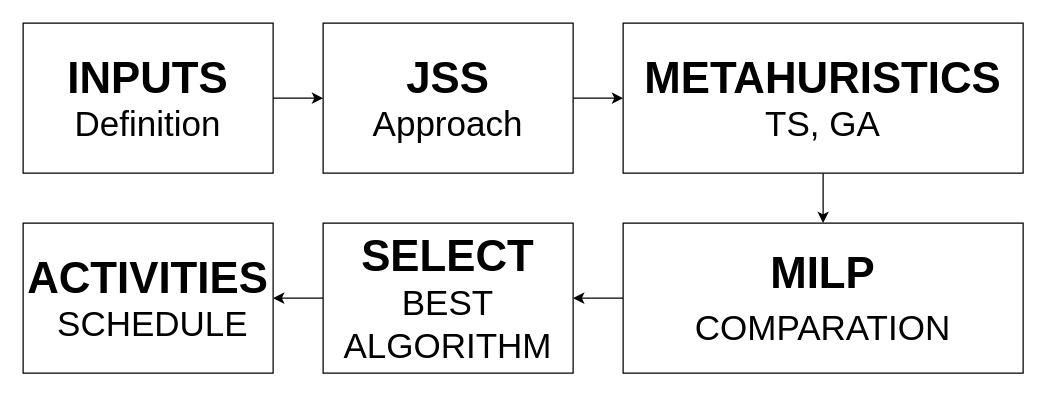
heberallin/Trabajos keeps this draw.io diagram as methodology_jss.drawio. Above is the earlier version. Source tidied: cells renumbered, new cells numbered last; positions are measured from the earlier drawing's top-left corner, leaving out a move shared by most shapes. Both pictures are drawn from the tidied source at 125%, with x=0, y=0 at pixel (22, 22).
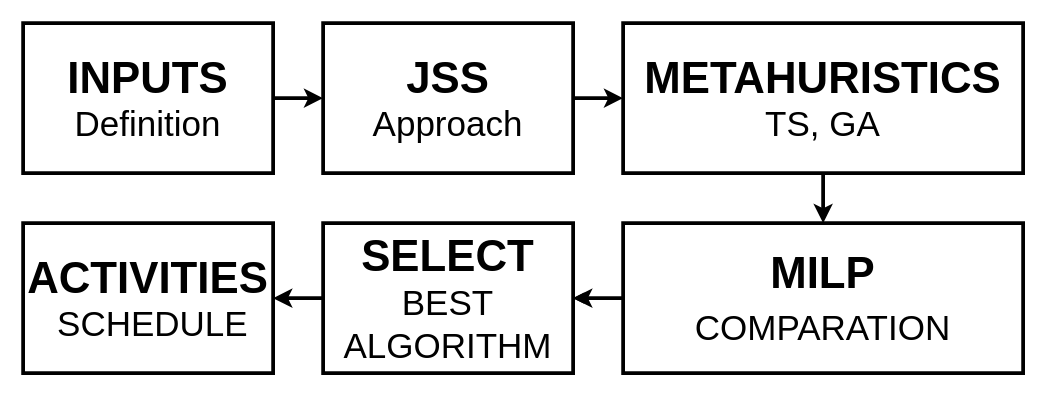
Above is the later version.

What changed in the source:
```diff
@@
 <mxGraphModel>
   <root>
     <mxCell id="0" />
     <mxCell id="1" parent="0" />
-    <mxCell id="2" style="edgeStyle=orthogonalEdgeStyle;rounded=0;jettySize=auto;html=1;exitX=1;exitY=0.5;exitDx=0;exitDy=0;" parent="1" edge="1" source="3" target="5">
+    <mxCell id="2" style="edgeStyle=orthogonalEdgeStyle;rounded=0;jettySize=auto;html=1;exitX=1;exitY=0.5;exitDx=0;exitDy=0;strokeWidth=3;" parent="1" edge="1" source="3" target="5">
       <mxGeometry relative="1" as="geometry" />
     </mxCell>
-    <mxCell id="3" value="&lt;font style=&quot;font-size: 35px;&quot;&gt;&lt;b style=&quot;&quot;&gt;INPUTS&lt;/b&gt;&lt;/font&gt;&lt;div&gt;&lt;font style=&quot;font-size: 28px;&quot;&gt;Definition&lt;/font&gt;&lt;/div&gt;" style="rounded=0;whiteSpace=wrap;html=1;" parent="1" vertex="1">
+    <mxCell id="3" value="&lt;font style=&quot;font-size: 35px;&quot;&gt;&lt;b style=&quot;&quot;&gt;INPUTS&lt;/b&gt;&lt;/font&gt;&lt;div&gt;&lt;font style=&quot;font-size: 28px;&quot;&gt;Definition&lt;/font&gt;&lt;/div&gt;" style="rounded=0;whiteSpace=wrap;html=1;strokeWidth=3;" parent="1" vertex="1">
       <mxGeometry width="200" height="120" as="geometry" />
     </mxCell>
-    <mxCell id="4" style="edgeStyle=orthogonalEdgeStyle;rounded=0;jettySize=auto;html=1;exitX=1;exitY=0.5;exitDx=0;exitDy=0;entryX=0;entryY=0.5;entryDx=0;entryDy=0;" parent="1" edge="1" source="5" target="7">
+    <mxCell id="4" style="edgeStyle=orthogonalEdgeStyle;rounded=0;jettySize=auto;html=1;exitX=1;exitY=0.5;exitDx=0;exitDy=0;entryX=0;entryY=0.5;entryDx=0;entryDy=0;strokeWidth=3;" parent="1" edge="1" source="5" target="7">
       <mxGeometry relative="1" as="geometry" />
     </mxCell>
-    <mxCell id="5" value="&lt;strong&gt;&lt;font style=&quot;font-size: 35px;&quot;&gt;JSS&lt;/font&gt;&lt;/strong&gt;&lt;div&gt;&lt;font style=&quot;font-size: 28px;&quot;&gt;Approach&lt;/font&gt;&lt;/div&gt;" style="rounded=0;whiteSpace=wrap;html=1;" parent="1" vertex="1">
+    <mxCell id="5" value="&lt;strong&gt;&lt;font style=&quot;font-size: 35px;&quot;&gt;JSS&lt;/font&gt;&lt;/strong&gt;&lt;div&gt;&lt;font style=&quot;font-size: 28px;&quot;&gt;Approach&lt;/font&gt;&lt;/div&gt;" style="rounded=0;whiteSpace=wrap;html=1;strokeWidth=3;" parent="1" vertex="1">
       <mxGeometry x="240" width="200" height="120" as="geometry" />
     </mxCell>
-    <mxCell id="6" style="edgeStyle=orthogonalEdgeStyle;rounded=0;jettySize=auto;html=1;exitX=0.5;exitY=1;exitDx=0;exitDy=0;entryX=0.5;entryY=0;entryDx=0;entryDy=0;" parent="1" edge="1" source="7" target="9">
+    <mxCell id="6" style="edgeStyle=orthogonalEdgeStyle;rounded=0;jettySize=auto;html=1;exitX=0.5;exitY=1;exitDx=0;exitDy=0;entryX=0.5;entryY=0;entryDx=0;entryDy=0;strokeWidth=3;" parent="1" edge="1" source="7" target="9">
       <mxGeometry relative="1" as="geometry" />
     </mxCell>
-    <mxCell id="7" value="&lt;font style=&quot;font-size: 35px;&quot;&gt;&lt;b&gt;METAHURISTICS&lt;/b&gt;&lt;/font&gt;&lt;div&gt;&lt;font style=&quot;font-size: 28px;&quot;&gt;TS, GA&lt;/font&gt;&lt;/div&gt;" style="rounded=0;whiteSpace=wrap;html=1;" parent="1" vertex="1">
+    <mxCell id="7" value="&lt;font style=&quot;font-size: 35px;&quot;&gt;&lt;b&gt;METAHURISTICS&lt;/b&gt;&lt;/font&gt;&lt;div&gt;&lt;font style=&quot;font-size: 28px;&quot;&gt;TS, GA&lt;/font&gt;&lt;/div&gt;" style="rounded=0;whiteSpace=wrap;html=1;strokeWidth=3;" parent="1" vertex="1">
       <mxGeometry x="480" width="320" height="120" as="geometry" />
     </mxCell>
     <mxCell id="8" style="edgeStyle=orthogonalEdgeStyle;rounded=0;jettySize=auto;html=1;exitX=0;exitY=0.5;exitDx=0;exitDy=0;entryX=1;entryY=0.5;entryDx=0;entryDy=0;" parent="1" edge="1" source="9" target="11">
       <mxGeometry relative="1" as="geometry" />
     </mxCell>
+    <mxCell id="13" style="edgeStyle=orthogonalEdgeStyle;rounded=0;jettySize=auto;html=1;strokeWidth=3;" parent="1" edge="1" source="9" target="11">
+      <mxGeometry relative="1" as="geometry" />
+    </mxCell>
-    <mxCell id="9" value="&lt;b style=&quot;font-size: 35px;&quot;&gt;MILP&lt;/b&gt;&lt;div&gt;&lt;b style=&quot;font-size: 35px;&quot;&gt;&lt;/b&gt;&lt;font style=&quot;font-size: 28px;&quot;&gt;COMPARATION&lt;/font&gt;&lt;/div&gt;" style="rounded=0;whiteSpace=wrap;html=1;" parent="1" vertex="1">
+    <mxCell id="9" value="&lt;b style=&quot;font-size: 35px;&quot;&gt;MILP&lt;/b&gt;&lt;div&gt;&lt;b style=&quot;font-size: 35px;&quot;&gt;&lt;/b&gt;&lt;font style=&quot;font-size: 28px;&quot;&gt;COMPARATION&lt;/font&gt;&lt;/div&gt;" style="rounded=0;whiteSpace=wrap;html=1;strokeWidth=3;" parent="1" vertex="1">
       <mxGeometry x="480" y="160" width="320" height="120" as="geometry" />
     </mxCell>
-    <mxCell id="10" style="edgeStyle=orthogonalEdgeStyle;rounded=0;jettySize=auto;html=1;exitX=0;exitY=0.5;exitDx=0;exitDy=0;entryX=1;entryY=0.5;entryDx=0;entryDy=0;" parent="1" edge="1" source="11" target="12">
+    <mxCell id="10" style="edgeStyle=orthogonalEdgeStyle;rounded=0;jettySize=auto;html=1;exitX=0;exitY=0.5;exitDx=0;exitDy=0;entryX=1;entryY=0.5;entryDx=0;entryDy=0;strokeWidth=3;" parent="1" edge="1" source="11" target="12">
       <mxGeometry relative="1" as="geometry" />
     </mxCell>
-    <mxCell id="11" value="&lt;span style=&quot;font-size: 35px;&quot;&gt;&lt;b&gt;SELECT&lt;/b&gt;&lt;/span&gt;&lt;br&gt;&lt;div&gt;&lt;font style=&quot;font-size: 28px;&quot;&gt;BEST ALGORITHM&lt;/font&gt;&lt;/div&gt;" style="rounded=0;whiteSpace=wrap;html=1;" parent="1" vertex="1">
+    <mxCell id="11" value="&lt;span style=&quot;font-size: 35px;&quot;&gt;&lt;b&gt;SELECT&lt;/b&gt;&lt;/span&gt;&lt;br&gt;&lt;div&gt;&lt;font style=&quot;font-size: 28px;&quot;&gt;BEST ALGORITHM&lt;/font&gt;&lt;/div&gt;" style="rounded=0;whiteSpace=wrap;html=1;strokeWidth=3;" parent="1" vertex="1">
       <mxGeometry x="240" y="160" width="200" height="120" as="geometry" />
     </mxCell>
-    <mxCell id="12" value="&lt;span style=&quot;font-size: 35px;&quot;&gt;&lt;b&gt;ACTIVITIES&lt;/b&gt;&lt;/span&gt;&lt;br&gt;&lt;div&gt;&lt;span style=&quot;font-size: 28px;&quot;&gt;&amp;nbsp;SCHEDULE&lt;/span&gt;&lt;/div&gt;" style="rounded=0;whiteSpace=wrap;html=1;" parent="1" vertex="1">
+    <mxCell id="12" value="&lt;span style=&quot;font-size: 35px;&quot;&gt;&lt;b&gt;ACTIVITIES&lt;/b&gt;&lt;/span&gt;&lt;br&gt;&lt;div&gt;&lt;span style=&quot;font-size: 28px;&quot;&gt;&amp;nbsp;SCHEDULE&lt;/span&gt;&lt;/div&gt;" style="rounded=0;whiteSpace=wrap;html=1;strokeWidth=3;" parent="1" vertex="1">
       <mxGeometry y="160" width="200" height="120" as="geometry" />
     </mxCell>
   </root>
 </mxGraphModel>
```
